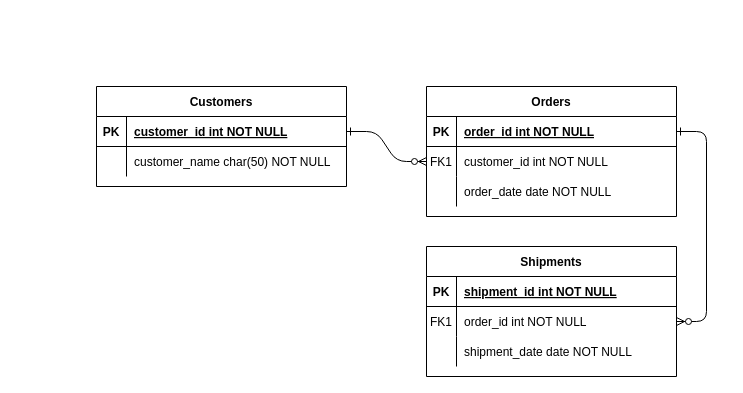
Before: Biểu đồ không có tiêu đề.drawio in thanhnd29/SWD391, a draw.io diagram. Source tidied: cells renumbered, new cells numbered last; positions are measured from the earlier drawing's top-left corner, leaving out a move shared by most shapes. Both pictures are drawn from the tidied source at 100%, with x=0, y=0 at pixel (96, 86).
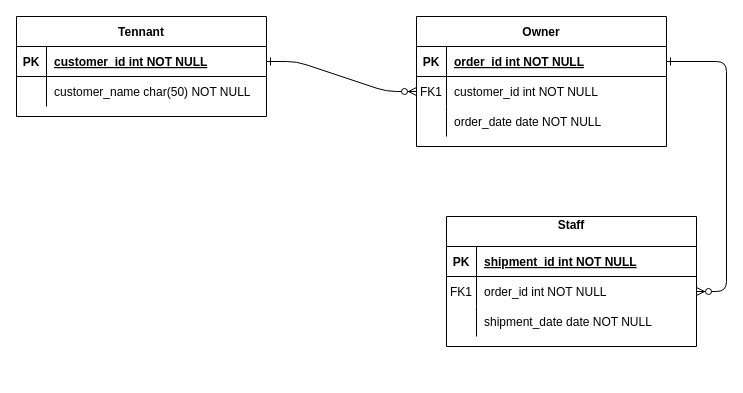
The same diagram, later.

Commit message:
Cập nhật Biểu đồ không có tiêu đề.drawio

Change to the diagram source:
```diff
@@
-    <mxCell id="4" value="Orders" style="shape=table;startSize=30;childLayout=tableLayout;rowLines=0;fontStyle=1;align=center;" parent="1" vertex="1">
-      <mxGeometry x="330" width="250" height="130" as="geometry" />
+    <mxCell id="4" value="Owner" style="shape=table;startSize=30;childLayout=tableLayout;rowLines=0;fontStyle=1;align=center;" parent="1" vertex="1">
+      <mxGeometry x="320" y="-70" width="250" height="130" as="geometry" />
     </mxCell>
@@
-    <mxCell id="14" value="Shipments" style="shape=table;startSize=30;childLayout=tableLayout;rowLines=0;fontStyle=1;align=center;" parent="1" vertex="1">
-      <mxGeometry x="330" y="160" width="250" height="130" as="geometry" />
+    <mxCell id="14" value="Staff&#10;" style="shape=table;startSize=30;childLayout=tableLayout;rowLines=0;fontStyle=1;align=center;" parent="1" vertex="1">
+      <mxGeometry x="350" y="130" width="250" height="130" as="geometry" />
     </mxCell>
@@
-    <mxCell id="24" value="Customers" style="shape=table;startSize=30;childLayout=tableLayout;rowLines=0;fontStyle=1;align=center;" parent="1" vertex="1">
-      <mxGeometry width="250" height="100" as="geometry" />
+    <mxCell id="24" value="Tennant" style="shape=table;startSize=30;childLayout=tableLayout;rowLines=0;fontStyle=1;align=center;" parent="1" vertex="1">
+      <mxGeometry x="-80" y="-70" width="250" height="100" as="geometry" />
     </mxCell>
```
